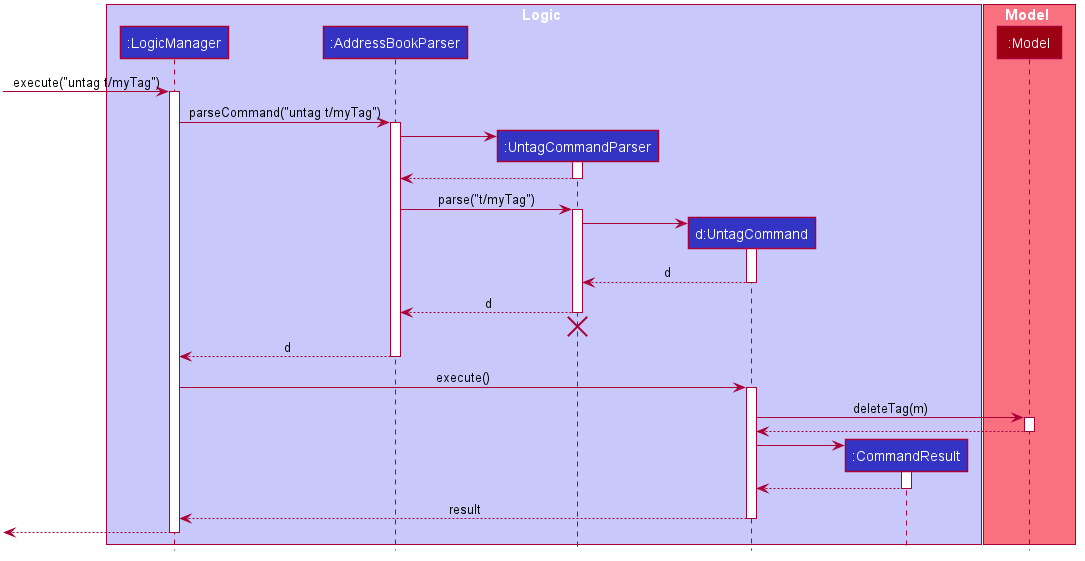
nus-cs2103-AY2021S1/tp keeps this PlantUML diagram as docs/images/DeleteSequenceDiagram.png. Above is the earlier version. The source it was exported from:
```plantuml
@startuml








skinparam BackgroundColor #FFFFFFF

skinparam Shadowing false

skinparam Class {
    FontColor #FFFFFF
    BorderThickness 1
    BorderColor #FFFFFF
    StereotypeFontColor #FFFFFF
    FontName Arial
}

skinparam Actor {
    BorderColor #000000
    Color #000000
    FontName Arial
}

skinparam Sequence {
    MessageAlign center
    BoxFontSize 15
    BoxPadding 0
    BoxFontColor #FFFFFF
    FontName Arial
}

skinparam Participant {
    FontColor #FFFFFFF
    Padding 20
}

skinparam MinClassWidth 50
skinparam ParticipantPadding 10
skinparam Shadowing false
skinparam DefaultTextAlignment center
skinparam packageStyle Rectangle

hide footbox
hide members
hide circle

box Logic #C8C8FA
participant ":LogicManager" as LogicManager #3333C4
participant ":AddressBookParser" as AddressBookParser #3333C4
participant ":UntagCommandParser" as UntagCommandParser #3333C4
participant "d:UntagCommand" as UntagCommand #3333C4
participant ":CommandResult" as CommandResult #3333C4
end box

box Model #F97181
participant ":Model" as Model #9D0012
end box

[-> LogicManager : execute("untag t/myTag")
activate LogicManager

LogicManager -> AddressBookParser : parseCommand("untag t/myTag")
activate AddressBookParser

create UntagCommandParser
AddressBookParser -> UntagCommandParser
activate UntagCommandParser

UntagCommandParser --> AddressBookParser
deactivate UntagCommandParser

AddressBookParser -> UntagCommandParser : parse("t/myTag")
activate UntagCommandParser

create UntagCommand
UntagCommandParser -> UntagCommand
activate UntagCommand

UntagCommand --> UntagCommandParser : d
deactivate UntagCommand

UntagCommandParser --> AddressBookParser : d
deactivate UntagCommandParser
UntagCommandParser -[hidden]-> AddressBookParser
destroy UntagCommandParser

AddressBookParser --> LogicManager : d
deactivate AddressBookParser

LogicManager -> UntagCommand : execute()
activate UntagCommand

UntagCommand -> Model : deleteTag(m)
activate Model

Model --> UntagCommand
deactivate Model

create CommandResult
UntagCommand -> CommandResult
activate CommandResult

CommandResult --> UntagCommand
deactivate CommandResult

UntagCommand --> LogicManager : result
deactivate UntagCommand

[<--LogicManager
deactivate LogicManager
@enduml
```
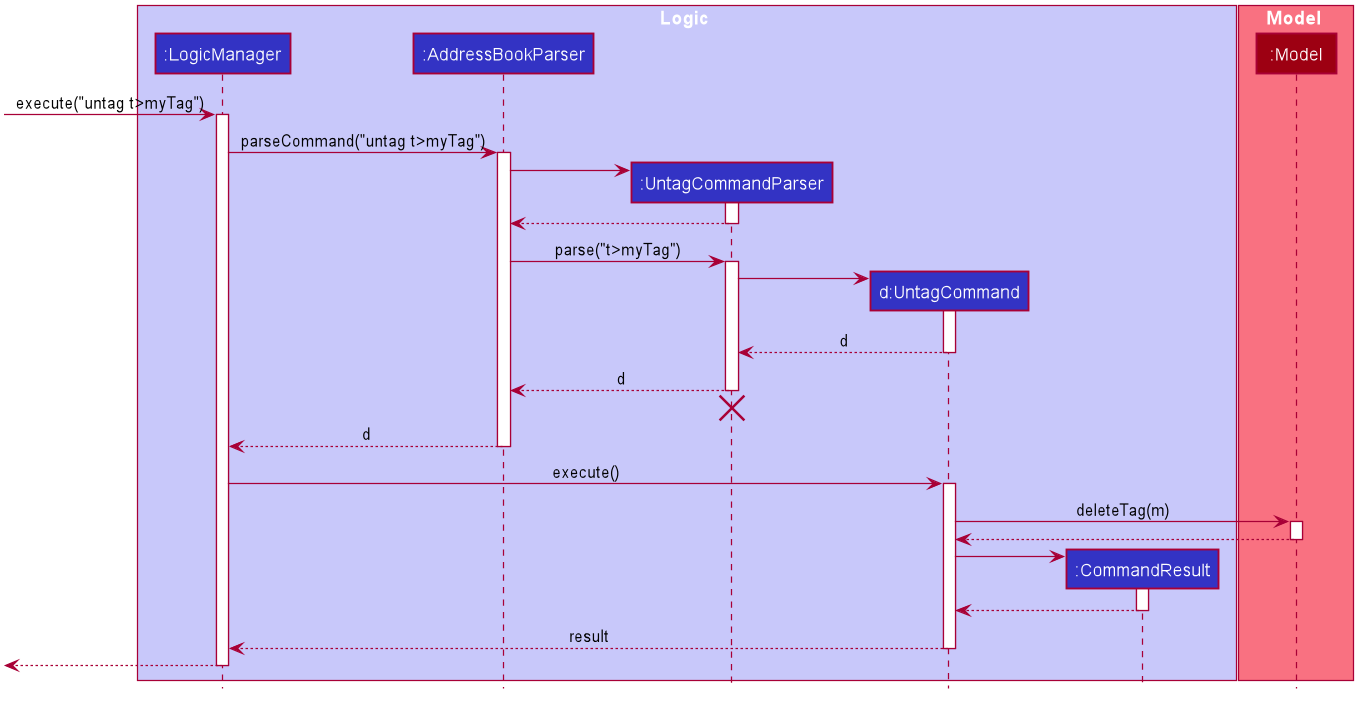
After the change.

Commit message:
Add a sequence for FindCommand

The edit, as a diff of the source:
```diff
@@ -60,10 +60,10 @@
 participant ":Model" as Model #9D0012
 end box
 
-[-> LogicManager : execute("untag t/myTag")
+[-> LogicManager : execute("untag t>myTag")
 activate LogicManager
 
-LogicManager -> AddressBookParser : parseCommand("untag t/myTag")
+LogicManager -> AddressBookParser : parseCommand("untag t>myTag")
 activate AddressBookParser
 
 create UntagCommandParser
@@ -73,7 +73,7 @@
 UntagCommandParser --> AddressBookParser
 deactivate UntagCommandParser
 
-AddressBookParser -> UntagCommandParser : parse("t/myTag")
+AddressBookParser -> UntagCommandParser : parse("t>myTag")
 activate UntagCommandParser
 
 create UntagCommand
```
